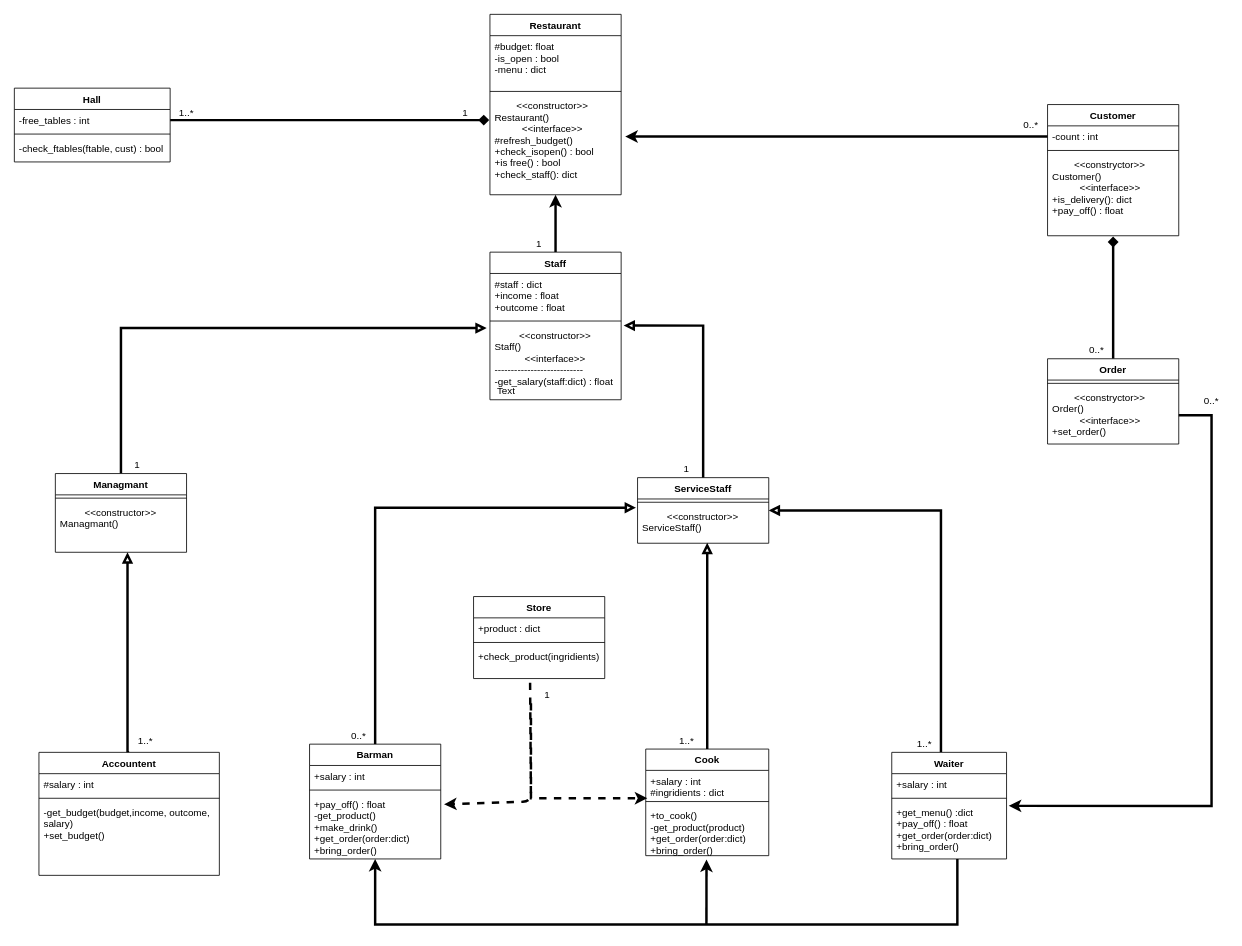
Earlier version of the draw.io diagram python/oop_2/my_restaurant.drawio (ho1331/python-education). Source tidied: cells renumbered, new cells numbered last; positions are measured from the earlier drawing's top-left corner, leaving out a move shared by most shapes. Both pictures are drawn from the tidied source at 82%, with x=0, y=0 at pixel (14, 14).
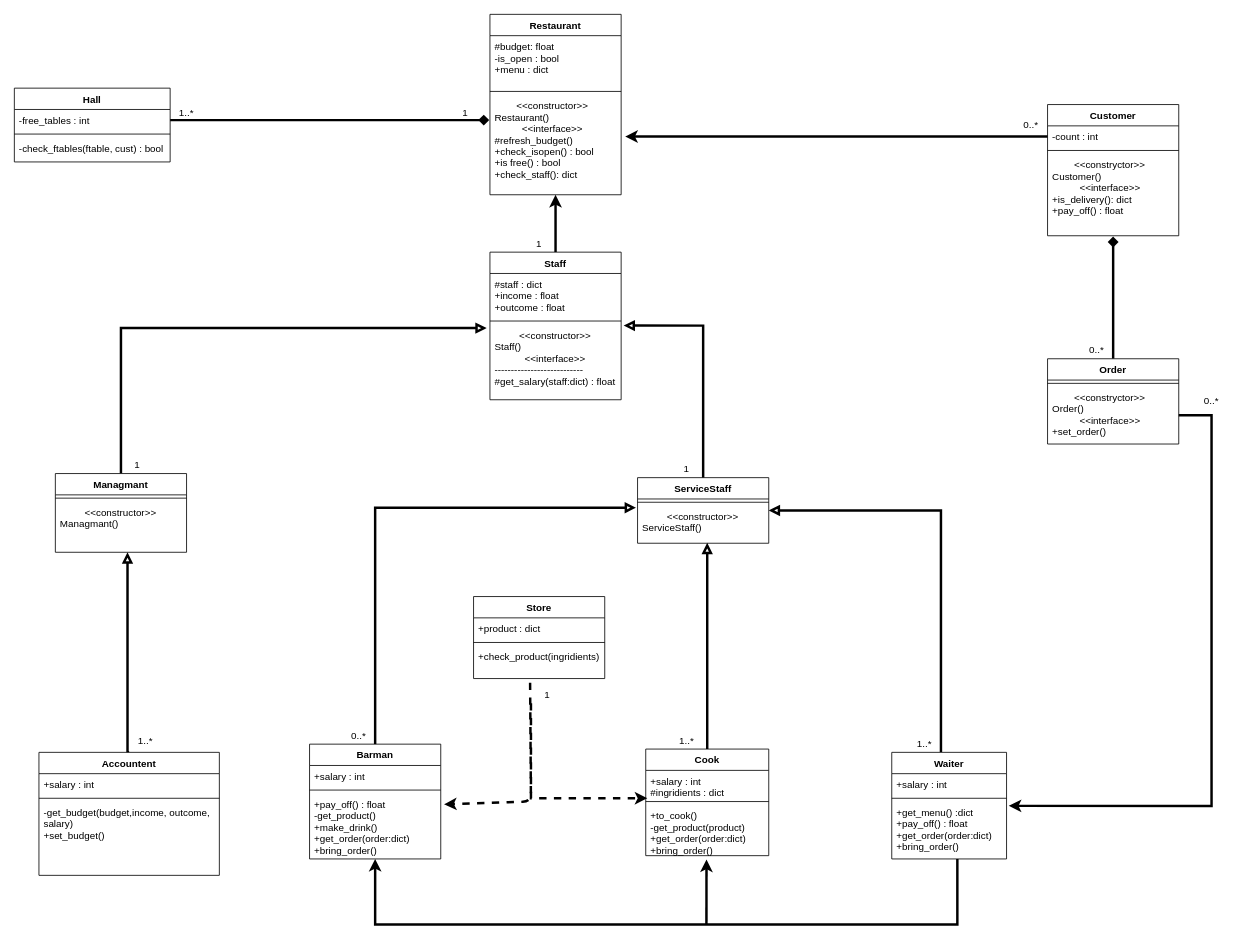
After the change.

The change refers to these unchanged cells:
```xml
<mxCell id="2" value="Restaurant" style="swimlane;fontStyle=1;align=center;verticalAlign=top;horizontal=1;startSize=26;" parent="1" vertex="1">
  <mxGeometry x="580" width="160" height="220" as="geometry" />
</mxCell>
<mxCell id="11" value="Staff" style="swimlane;fontStyle=1;align=center;verticalAlign=top;horizontal=1;startSize=26;" parent="1" vertex="1">
  <mxGeometry x="580" y="290" width="160" height="180" as="geometry" />
</mxCell>
<mxCell id="40" value="Accountent" style="swimlane;fontStyle=1;align=center;verticalAlign=top;horizontal=1;startSize=26;" parent="1" vertex="1">
  <mxGeometry x="30" y="900" width="220" height="150" as="geometry" />
</mxCell>
```

The edit, as a diff of the source:
```diff
@@
-    <mxCell id="3" value="#budget: float&#10;-is_open : bool&#10;-menu : dict" style="text;strokeColor=none;fillColor=none;align=left;verticalAlign=top;spacingLeft=4;spacingRight=4;overflow=hidden;" parent="2" vertex="1">
+    <mxCell id="3" value="#budget: float&#10;-is_open : bool&#10;+menu : dict" style="text;strokeColor=none;fillColor=none;align=left;verticalAlign=top;spacingLeft=4;spacingRight=4;overflow=hidden;" parent="2" vertex="1">
       <mxGeometry y="26" width="160" height="64" as="geometry" />
     </mxCell>
@@
-    <mxCell id="14" value="         &lt;&lt;constructor&gt;&gt;&#10;Staff()&#10;           &lt;&lt;interface&gt;&gt;&#10;---------------------------&#10;-get_salary(staff:dict) : float&#10;" style="text;strokeColor=none;fillColor=none;align=left;verticalAlign=top;spacingLeft=4;spacingRight=4;overflow=hidden;points=[[0,0.5],[1,0.5]];portConstraint=eastwest;" parent="11" vertex="1">
+    <mxCell id="14" value="         &lt;&lt;constructor&gt;&gt;&#10;Staff()&#10;           &lt;&lt;interface&gt;&gt;&#10;---------------------------&#10;#get_salary(staff:dict) : float&#10;" style="text;strokeColor=none;fillColor=none;align=left;verticalAlign=top;spacingLeft=4;spacingRight=4;overflow=hidden;points=[[0,0.5],[1,0.5]];portConstraint=eastwest;" parent="11" vertex="1">
       <mxGeometry y="88" width="160" height="92" as="geometry" />
     </mxCell>
@@
-    <mxCell id="41" value="#salary : int" style="text;strokeColor=none;fillColor=none;align=left;verticalAlign=top;spacingLeft=4;spacingRight=4;overflow=hidden;" parent="40" vertex="1">
+    <mxCell id="41" value="+salary : int" style="text;strokeColor=none;fillColor=none;align=left;verticalAlign=top;spacingLeft=4;spacingRight=4;overflow=hidden;" parent="40" vertex="1">
       <mxGeometry y="26" width="220" height="26" as="geometry" />
     </mxCell>
@@
-    <mxCell id="62" value="Text" style="text;html=1;strokeColor=none;fillColor=none;align=center;verticalAlign=middle;whiteSpace=wrap;rounded=0;" parent="1" vertex="1">
-      <mxGeometry x="580" y="450" width="40" height="20" as="geometry" />
-    </mxCell>
```
